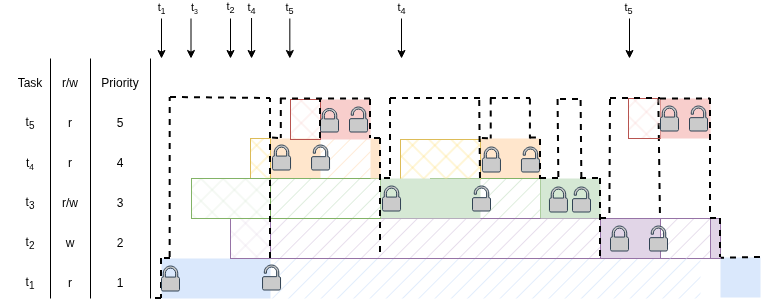
This is single_unit.png from perlindgren/rw-rtic, a draw.io export, as it was before one commit. Source tidied: cells renumbered, new cells last; positions are measured from the earlier drawing's top-left corner, leaving out a move shared by most shapes.
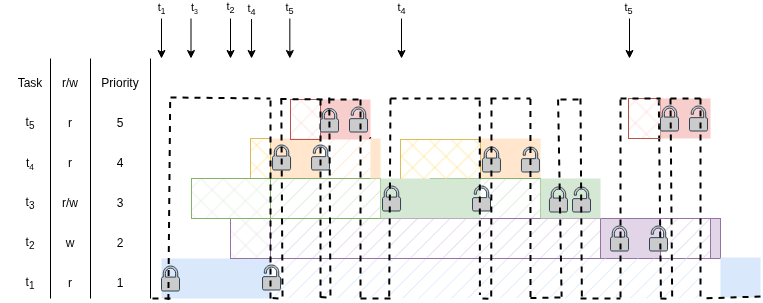
After the commit.

Change to the diagram source:
```diff
@@ -2,6 +2,12 @@
   <root>
     <mxCell id="0" />
     <mxCell id="1" parent="0" />
+    <mxCell id="100" style="rounded=0;whiteSpace=wrap;html=1;fillColor=#e1d5e7;strokeColor=#9673a6;" parent="1" vertex="1">
+      <mxGeometry x="710" y="201" width="10" height="40" as="geometry" />
+    </mxCell>
+    <mxCell id="18" style="rounded=0;whiteSpace=wrap;html=1;fillColor=#e1d5e7;strokeColor=#9673a6;" parent="1" vertex="1">
+      <mxGeometry x="600" y="201" width="60" height="40" as="geometry" />
+    </mxCell>
     <mxCell id="2" style="rounded=0;whiteSpace=wrap;html=1;fillColor=#ffe6cc;strokeColor=none;fillStyle=hatch;" parent="1" vertex="1">
       <mxGeometry x="320" y="121" width="50" height="40" as="geometry" />
     </mxCell>
@@ -56,9 +62,6 @@
     <mxCell id="17" style="rounded=0;whiteSpace=wrap;html=1;fillColor=#e1d5e7;strokeColor=#9673a6;fillStyle=hatch;" parent="1" vertex="1">
       <mxGeometry x="270" y="201" width="330" height="40" as="geometry" />
     </mxCell>
-    <mxCell id="18" style="rounded=0;whiteSpace=wrap;html=1;fillColor=#e1d5e7;strokeColor=#9673a6;" parent="1" vertex="1">
-      <mxGeometry x="600" y="201" width="60" height="40" as="geometry" />
-    </mxCell>
     <mxCell id="19" style="endArrow=classic;html=1;rounded=0;" parent="1" edge="1">
       <mxGeometry relative="1" as="geometry">
         <mxPoint x="161" y="1" as="sourcePoint" />
@@ -188,30 +191,16 @@
         <mxPoint x="270" y="81" as="targetPoint" />
       </mxGeometry>
     </mxCell>
-    <mxCell id="50" style="endArrow=none;html=1;rounded=0;exitX=0.333;exitY=0;exitDx=0;exitDy=0;exitPerimeter=0;strokeWidth=2;dashed=1;" parent="1" edge="1">
-      <mxGeometry relative="1" as="geometry">
-        <mxPoint x="169.7" y="240" as="sourcePoint" />
-        <mxPoint x="169.7" y="80" as="targetPoint" />
-      </mxGeometry>
-    </mxCell>
-    <mxCell id="51" style="endArrow=none;html=1;rounded=0;exitX=0;exitY=1;exitDx=0;exitDy=0;strokeWidth=2;dashed=1;" parent="1" edge="1" source="8">
+    <mxCell id="51" style="endArrow=none;html=1;rounded=0;strokeWidth=2;dashed=1;" parent="1" edge="1">
       <mxGeometry relative="1" as="geometry">
+        <mxPoint x="170" y="281" as="sourcePoint" />
         <mxPoint x="151" y="281" as="targetPoint" />
       </mxGeometry>
     </mxCell>
-    <mxCell id="52" style="endArrow=none;html=1;rounded=0;exitX=0;exitY=0;exitDx=0;exitDy=0;strokeWidth=2;dashed=1;" parent="1" edge="1" source="8">
-      <mxGeometry relative="1" as="geometry">
-        <mxPoint x="161" y="281" as="targetPoint" />
-      </mxGeometry>
-    </mxCell>
-    <mxCell id="53" style="endArrow=none;html=1;rounded=0;strokeWidth=2;dashed=1;entryX=0;entryY=0;entryDx=0;entryDy=0;" parent="1" edge="1" target="8">
-      <mxGeometry relative="1" as="geometry">
-        <mxPoint x="170" y="241" as="sourcePoint" />
-      </mxGeometry>
-    </mxCell>
-    <mxCell id="54" style="endArrow=none;html=1;rounded=0;strokeWidth=2;dashed=1;exitX=1;exitY=0;exitDx=0;exitDy=0;" parent="1" edge="1" source="10">
+    <mxCell id="54" style="endArrow=none;html=1;rounded=0;strokeWidth=2;dashed=1;exitX=1;exitY=0;exitDx=0;exitDy=0;" parent="1" edge="1">
       <mxGeometry relative="1" as="geometry">
-        <mxPoint x="710" y="241" as="targetPoint" />
+        <mxPoint x="760" y="279" as="sourcePoint" />
+        <mxPoint x="700" y="281" as="targetPoint" />
       </mxGeometry>
     </mxCell>
     <mxCell id="55" style="sketch=0;shadow=0;dashed=0;html=1;strokeColor=#314354;labelPosition=center;verticalLabelPosition=bottom;verticalAlign=top;align=center;shape=mxgraph.office.security.lock_unprotected;fillColor=#CBCBCB;fontColor=#ffffff;" parent="1" vertex="1">
@@ -220,9 +209,6 @@
     <mxCell id="56" style="sketch=0;shadow=0;dashed=0;html=1;strokeColor=#314354;labelPosition=center;verticalLabelPosition=bottom;verticalAlign=top;align=center;shape=mxgraph.office.security.lock_protected;fillColor=#CBCBCB;fontColor=#ffffff;" parent="1" vertex="1">
       <mxGeometry x="161" y="248.5" width="18" height="25" as="geometry" />
     </mxCell>
-    <mxCell id="57" style="sketch=0;shadow=0;dashed=0;html=1;strokeColor=#314354;labelPosition=center;verticalLabelPosition=bottom;verticalAlign=top;align=center;shape=mxgraph.office.security.lock_protected;fillColor=#CBCBCB;fontColor=#ffffff;" parent="1" vertex="1">
-      <mxGeometry x="272" y="127.5" width="18" height="25" as="geometry" />
-    </mxCell>
     <mxCell id="58" style="endArrow=classic;html=1;rounded=0;" parent="1" edge="1">
       <mxGeometry relative="1" as="geometry">
         <mxPoint x="190.5" y="1" as="sourcePoint" />
@@ -252,15 +238,9 @@
     <mxCell id="65" style="sketch=0;shadow=0;dashed=0;html=1;strokeColor=#314354;labelPosition=center;verticalLabelPosition=bottom;verticalAlign=top;align=center;shape=mxgraph.office.security.lock_unprotected;fillColor=#CBCBCB;fontColor=#ffffff;" parent="1" vertex="1">
       <mxGeometry x="349" y="89.5" width="18" height="25" as="geometry" />
     </mxCell>
-    <mxCell id="66" style="sketch=0;shadow=0;dashed=0;html=1;strokeColor=#314354;labelPosition=center;verticalLabelPosition=bottom;verticalAlign=top;align=center;shape=mxgraph.office.security.lock_protected;fillColor=#CBCBCB;fontColor=#ffffff;" parent="1" vertex="1">
-      <mxGeometry x="320" y="91" width="18" height="23.5" as="geometry" />
-    </mxCell>
     <mxCell id="67" style="rounded=0;whiteSpace=wrap;html=1;fillColor=#d5e8d4;strokeColor=none;fillStyle=solid;" parent="1" vertex="1">
       <mxGeometry x="540" y="161" width="60" height="40" as="geometry" />
     </mxCell>
-    <mxCell id="68" style="sketch=0;shadow=0;dashed=0;html=1;strokeColor=#314354;labelPosition=center;verticalLabelPosition=bottom;verticalAlign=top;align=center;shape=mxgraph.office.security.lock_protected;fillColor=#CBCBCB;fontColor=#ffffff;" parent="1" vertex="1">
-      <mxGeometry x="549" y="169.5" width="18" height="25" as="geometry" />
-    </mxCell>
     <mxCell id="69" style="sketch=0;shadow=0;dashed=0;html=1;strokeColor=#314354;labelPosition=center;verticalLabelPosition=bottom;verticalAlign=top;align=center;shape=mxgraph.office.security.lock_unprotected;fillColor=#CBCBCB;fontColor=#ffffff;" parent="1" vertex="1">
       <mxGeometry x="649" y="208.5" width="18" height="25" as="geometry" />
     </mxCell>
@@ -273,27 +253,15 @@
         <mxPoint x="580" y="82" as="targetPoint" />
       </mxGeometry>
     </mxCell>
-    <mxCell id="72" style="endArrow=none;html=1;rounded=0;strokeWidth=2;dashed=1;entryX=0;entryY=0;entryDx=0;entryDy=0;" parent="1" edge="1">
-      <mxGeometry relative="1" as="geometry">
-        <mxPoint x="580.6" y="83" as="sourcePoint" />
-        <mxPoint x="581.4" y="162" as="targetPoint" />
-      </mxGeometry>
-    </mxCell>
-    <mxCell id="73" style="endArrow=none;html=1;rounded=0;strokeWidth=2;dashed=1;exitX=1;exitY=0;exitDx=0;exitDy=0;entryX=0;entryY=1;entryDx=0;entryDy=0;" parent="1" edge="1" target="18">
-      <mxGeometry relative="1" as="geometry">
-        <mxPoint x="600" y="161" as="sourcePoint" />
-      </mxGeometry>
-    </mxCell>
-    <mxCell id="74" style="endArrow=none;html=1;rounded=0;strokeWidth=2;dashed=1;entryX=0;entryY=0;entryDx=0;entryDy=0;" parent="1" edge="1">
+    <mxCell id="74" style="endArrow=none;html=1;rounded=0;strokeWidth=2;dashed=1;" parent="1" edge="1">
       <mxGeometry relative="1" as="geometry">
-        <mxPoint x="610" y="82" as="sourcePoint" />
-        <mxPoint x="609.4" y="200" as="targetPoint" />
+        <mxPoint x="620" y="82" as="sourcePoint" />
+        <mxPoint x="620" y="282" as="targetPoint" />
       </mxGeometry>
     </mxCell>
-    <mxCell id="75" style="endArrow=none;html=1;rounded=0;strokeWidth=2;dashed=1;" parent="1" edge="1">
+    <mxCell id="75" style="endArrow=none;html=1;rounded=0;strokeWidth=2;dashed=1;entryX=0.908;entryY=1.058;entryDx=0;entryDy=0;entryPerimeter=0;" parent="1" edge="1" target="4">
       <mxGeometry relative="1" as="geometry">
         <mxPoint x="658.3" y="82" as="sourcePoint" />
-        <mxPoint x="660" y="201" as="targetPoint" />
       </mxGeometry>
     </mxCell>
     <mxCell id="76" style="endArrow=none;html=1;rounded=0;strokeWidth=2;dashed=1;entryX=1;entryY=0;entryDx=0;entryDy=0;" parent="1" edge="1">
@@ -308,50 +276,45 @@
     <mxCell id="78" style="sketch=0;shadow=0;dashed=0;html=1;strokeColor=#314354;labelPosition=center;verticalLabelPosition=bottom;verticalAlign=top;align=center;shape=mxgraph.office.security.lock_protected;fillColor=#CBCBCB;fontColor=#ffffff;" parent="1" vertex="1">
       <mxGeometry x="482" y="129.5" width="18" height="25" as="geometry" />
     </mxCell>
-    <mxCell id="79" style="endArrow=none;html=1;rounded=0;strokeWidth=2;dashed=1;exitX=0;exitY=0;exitDx=0;exitDy=0;" parent="1" edge="1" source="4">
+    <mxCell id="79" style="endArrow=none;html=1;rounded=0;strokeWidth=2;dashed=1;exitX=1;exitY=1;exitDx=0;exitDy=0;" parent="1" edge="1" source="8">
       <mxGeometry relative="1" as="geometry">
         <mxPoint x="270" y="81" as="targetPoint" />
       </mxGeometry>
     </mxCell>
     <mxCell id="80" style="endArrow=none;html=1;rounded=0;strokeWidth=2;dashed=1;" parent="1" edge="1">
       <mxGeometry relative="1" as="geometry">
-        <mxPoint x="272" y="120.5" as="sourcePoint" />
-        <mxPoint x="280" y="121" as="targetPoint" />
+        <mxPoint x="272" y="280.5" as="sourcePoint" />
+        <mxPoint x="280" y="281" as="targetPoint" />
       </mxGeometry>
     </mxCell>
-    <mxCell id="81" style="endArrow=none;html=1;rounded=0;strokeWidth=2;dashed=1;" parent="1" edge="1">
-      <mxGeometry relative="1" as="geometry">
-        <mxPoint x="280.8" y="81" as="sourcePoint" />
-        <mxPoint x="280.8" y="121" as="targetPoint" />
-      </mxGeometry>
-    </mxCell>
-    <mxCell id="82" style="endArrow=none;html=1;rounded=0;strokeWidth=2;dashed=1;exitX=1;exitY=0;exitDx=0;exitDy=0;" parent="1" edge="1" source="15">
+    <mxCell id="82" style="endArrow=none;html=1;rounded=0;strokeWidth=2;dashed=1;exitX=1;exitY=0;exitDx=0;exitDy=0;" parent="1" edge="1">
       <mxGeometry relative="1" as="geometry">
-        <mxPoint x="370" y="121" as="targetPoint" />
+        <mxPoint x="360" y="82" as="sourcePoint" />
+        <mxPoint x="360" y="281" as="targetPoint" />
       </mxGeometry>
     </mxCell>
     <mxCell id="83" style="endArrow=none;html=1;rounded=0;strokeWidth=2;dashed=1;" parent="1" edge="1">
       <mxGeometry relative="1" as="geometry">
         <mxPoint x="529.9" y="81.5" as="sourcePoint" />
-        <mxPoint x="529.9" y="121.5" as="targetPoint" />
+        <mxPoint x="530" y="281" as="targetPoint" />
       </mxGeometry>
     </mxCell>
     <mxCell id="84" style="endArrow=none;html=1;rounded=0;strokeWidth=2;dashed=1;" parent="1" edge="1">
       <mxGeometry relative="1" as="geometry">
-        <mxPoint x="529.9" y="120.5" as="sourcePoint" />
-        <mxPoint x="539.9" y="120.5" as="targetPoint" />
+        <mxPoint x="529.9" y="280.5" as="sourcePoint" />
+        <mxPoint x="560" y="280" as="targetPoint" />
       </mxGeometry>
     </mxCell>
     <mxCell id="85" style="endArrow=none;html=1;rounded=0;strokeWidth=2;dashed=1;" parent="1" edge="1">
       <mxGeometry relative="1" as="geometry">
-        <mxPoint x="482" y="121" as="sourcePoint" />
-        <mxPoint x="489.9" y="121.5" as="targetPoint" />
+        <mxPoint x="482" y="281" as="sourcePoint" />
+        <mxPoint x="489.9" y="281.5" as="targetPoint" />
       </mxGeometry>
     </mxCell>
     <mxCell id="86" style="endArrow=none;html=1;rounded=0;strokeWidth=2;dashed=1;" parent="1" edge="1">
       <mxGeometry relative="1" as="geometry">
-        <mxPoint x="490.7" y="81.5" as="sourcePoint" />
-        <mxPoint x="490.7" y="121.5" as="targetPoint" />
+        <mxPoint x="491" y="81" as="sourcePoint" />
+        <mxPoint x="490.7" y="281.5" as="targetPoint" />
       </mxGeometry>
     </mxCell>
     <mxCell id="87" style="endArrow=none;html=1;rounded=0;strokeWidth=2;dashed=1;" parent="1" edge="1">
@@ -360,33 +323,12 @@
         <mxPoint x="530" y="81" as="targetPoint" />
       </mxGeometry>
     </mxCell>
-    <mxCell id="88" style="endArrow=none;html=1;rounded=0;strokeWidth=2;dashed=1;entryX=0;entryY=0;entryDx=0;entryDy=0;" parent="1" edge="1">
-      <mxGeometry relative="1" as="geometry">
-        <mxPoint x="557.6" y="82" as="sourcePoint" />
-        <mxPoint x="558.4" y="161" as="targetPoint" />
-      </mxGeometry>
-    </mxCell>
-    <mxCell id="89" style="endArrow=none;html=1;rounded=0;strokeWidth=2;dashed=1;" parent="1" edge="1">
-      <mxGeometry relative="1" as="geometry">
-        <mxPoint x="540" y="122" as="sourcePoint" />
-        <mxPoint x="540" y="162" as="targetPoint" />
-      </mxGeometry>
-    </mxCell>
-    <mxCell id="90" style="endArrow=none;html=1;rounded=0;strokeWidth=2;dashed=1;exitX=0;exitY=0;exitDx=0;exitDy=0;" parent="1" edge="1" source="67">
-      <mxGeometry relative="1" as="geometry">
-        <mxPoint x="560" y="161" as="targetPoint" />
-      </mxGeometry>
-    </mxCell>
-    <mxCell id="91" style="endArrow=none;html=1;rounded=0;strokeWidth=2;dashed=1;entryX=1;entryY=0;entryDx=0;entryDy=0;" parent="1" edge="1" target="67">
+    <mxCell id="91" style="endArrow=none;html=1;rounded=0;strokeWidth=2;dashed=1;" parent="1" edge="1">
       <mxGeometry relative="1" as="geometry">
-        <mxPoint x="580" y="161" as="sourcePoint" />
+        <mxPoint x="580" y="281" as="sourcePoint" />
+        <mxPoint x="620" y="281" as="targetPoint" />
       </mxGeometry>
     </mxCell>
-    <mxCell id="92" style="endArrow=none;html=1;rounded=0;strokeWidth=2;dashed=1;exitX=0;exitY=0;exitDx=0;exitDy=0;" parent="1" edge="1" source="18">
-      <mxGeometry relative="1" as="geometry">
-        <mxPoint x="610" y="201" as="targetPoint" />
-      </mxGeometry>
-    </mxCell>
     <mxCell id="93" style="sketch=0;shadow=0;dashed=0;html=1;strokeColor=#314354;labelPosition=center;verticalLabelPosition=bottom;verticalAlign=top;align=center;shape=mxgraph.office.security.lock_unprotected;fillColor=#CBCBCB;fontColor=#ffffff;" parent="1" vertex="1">
       <mxGeometry x="572" y="169.5" width="18" height="25" as="geometry" />
     </mxCell>
@@ -413,25 +355,18 @@
     <mxCell id="99" style="sketch=0;shadow=0;dashed=0;html=1;strokeColor=#314354;labelPosition=center;verticalLabelPosition=bottom;verticalAlign=top;align=center;shape=mxgraph.office.security.lock_protected;fillColor=#CBCBCB;fontColor=#ffffff;" parent="1" vertex="1">
       <mxGeometry x="660" y="88.5" width="18" height="25" as="geometry" />
     </mxCell>
-    <mxCell id="100" style="rounded=0;whiteSpace=wrap;html=1;fillColor=#e1d5e7;strokeColor=#9673a6;" parent="1" vertex="1">
-      <mxGeometry x="710" y="201" width="10" height="40" as="geometry" />
-    </mxCell>
     <mxCell id="101" style="endArrow=none;html=1;rounded=0;strokeWidth=2;dashed=1;" parent="1" edge="1">
       <mxGeometry relative="1" as="geometry">
-        <mxPoint x="660" y="81.4" as="sourcePoint" />
-        <mxPoint x="710" y="81.4" as="targetPoint" />
+        <mxPoint x="670" y="81" as="sourcePoint" />
+        <mxPoint x="700" y="81" as="targetPoint" />
       </mxGeometry>
     </mxCell>
-    <mxCell id="102" style="endArrow=none;html=1;rounded=0;strokeWidth=2;dashed=1;exitX=1;exitY=0;exitDx=0;exitDy=0;" parent="1" edge="1" source="97">
+    <mxCell id="102" style="endArrow=none;html=1;rounded=0;strokeWidth=2;dashed=1;exitX=1;exitY=0;exitDx=0;exitDy=0;" parent="1" edge="1">
       <mxGeometry relative="1" as="geometry">
-        <mxPoint x="710" y="201" as="targetPoint" />
+        <mxPoint x="700" y="81" as="sourcePoint" />
+        <mxPoint x="700" y="281" as="targetPoint" />
       </mxGeometry>
     </mxCell>
-    <mxCell id="103" style="endArrow=none;html=1;rounded=0;strokeWidth=2;dashed=1;entryX=1;entryY=0;entryDx=0;entryDy=0;" parent="1" edge="1" target="100">
-      <mxGeometry relative="1" as="geometry">
-        <mxPoint x="710" y="201" as="sourcePoint" />
-      </mxGeometry>
-    </mxCell>
     <mxCell id="104" style="sketch=0;shadow=0;dashed=0;html=1;strokeColor=#314354;labelPosition=center;verticalLabelPosition=bottom;verticalAlign=top;align=center;shape=mxgraph.office.security.lock_unprotected;fillColor=#CBCBCB;fontColor=#ffffff;" parent="1" vertex="1">
       <mxGeometry x="311" y="127.5" width="18" height="25" as="geometry" />
     </mxCell>
@@ -444,9 +379,10 @@
         <mxPoint x="369.4" y="120" as="targetPoint" />
       </mxGeometry>
     </mxCell>
-    <mxCell id="107" style="endArrow=none;html=1;rounded=0;strokeWidth=2;dashed=1;entryX=0;entryY=0;entryDx=0;entryDy=0;" parent="1" edge="1" target="105">
+    <mxCell id="107" style="endArrow=none;html=1;rounded=0;strokeWidth=2;dashed=1;" parent="1" edge="1">
       <mxGeometry relative="1" as="geometry">
-        <mxPoint x="380" y="121" as="sourcePoint" />
+        <mxPoint x="390" y="281" as="sourcePoint" />
+        <mxPoint x="360" y="281" as="targetPoint" />
       </mxGeometry>
     </mxCell>
     <mxCell id="108" style="endArrow=none;html=1;rounded=0;strokeWidth=2;dashed=1;" parent="1" edge="1">
@@ -455,50 +391,89 @@
         <mxPoint x="480" y="81" as="targetPoint" />
       </mxGeometry>
     </mxCell>
-    <mxCell id="109" style="endArrow=none;html=1;rounded=0;strokeWidth=2;dashed=1;entryX=0;entryY=0;entryDx=0;entryDy=0;" parent="1" edge="1">
+    <mxCell id="109" style="endArrow=none;html=1;rounded=0;strokeWidth=2;dashed=1;entryX=0.487;entryY=0.912;entryDx=0;entryDy=0;entryPerimeter=0;" parent="1" edge="1" target="4">
       <mxGeometry relative="1" as="geometry">
         <mxPoint x="479.2" y="83" as="sourcePoint" />
-        <mxPoint x="480" y="162" as="targetPoint" />
       </mxGeometry>
     </mxCell>
-    <mxCell id="110" style="endArrow=none;html=1;rounded=0;strokeWidth=2;dashed=1;" parent="1" edge="1">
+    <mxCell id="110" style="endArrow=none;html=1;rounded=0;strokeWidth=2;dashed=1;entryX=0.276;entryY=1.017;entryDx=0;entryDy=0;entryPerimeter=0;" parent="1" edge="1" target="4">
       <mxGeometry relative="1" as="geometry">
         <mxPoint x="390" y="81" as="sourcePoint" />
-        <mxPoint x="390" y="161" as="targetPoint" />
       </mxGeometry>
     </mxCell>
-    <mxCell id="111" style="endArrow=none;html=1;rounded=0;strokeWidth=2;dashed=1;" parent="1" edge="1">
-      <mxGeometry relative="1" as="geometry">
-        <mxPoint x="380" y="121" as="sourcePoint" />
-        <mxPoint x="380" y="241" as="targetPoint" />
-      </mxGeometry>
-    </mxCell>
     <mxCell id="112" style="endArrow=none;html=1;rounded=0;strokeWidth=2;dashed=1;entryX=0;entryY=0;entryDx=0;entryDy=0;" parent="1" edge="1" target="15">
       <mxGeometry relative="1" as="geometry">
-        <mxPoint x="320" y="121" as="sourcePoint" />
+        <mxPoint x="320" y="280" as="sourcePoint" />
       </mxGeometry>
     </mxCell>
-    <mxCell id="113" style="endArrow=none;html=1;rounded=0;strokeWidth=2;dashed=1;entryX=1;entryY=1;entryDx=0;entryDy=0;" parent="1" edge="1" target="105">
-      <mxGeometry relative="1" as="geometry">
-        <mxPoint x="390" y="161" as="sourcePoint" />
-      </mxGeometry>
-    </mxCell>
     <mxCell id="114" style="endArrow=none;html=1;rounded=0;strokeWidth=2;dashed=1;" parent="1" edge="1">
       <mxGeometry relative="1" as="geometry">
-        <mxPoint x="610" y="81" as="sourcePoint" />
+        <mxPoint x="620" y="81" as="sourcePoint" />
         <mxPoint x="660" y="81" as="targetPoint" />
       </mxGeometry>
     </mxCell>
-    <mxCell id="115" style="endArrow=none;html=1;rounded=0;strokeWidth=2;dashed=1;exitX=1;exitY=0;exitDx=0;exitDy=0;entryX=0;entryY=0;entryDx=0;entryDy=0;" parent="1" edge="1" target="10">
-      <mxGeometry relative="1" as="geometry">
-        <mxPoint x="720" y="201" as="sourcePoint" />
-      </mxGeometry>
-    </mxCell>
     <mxCell id="116" style="endArrow=none;html=1;rounded=0;strokeWidth=2;dashed=1;" parent="1" edge="1">
       <mxGeometry relative="1" as="geometry">
         <mxPoint x="280" y="81.5" as="sourcePoint" />
-        <mxPoint x="370" y="81.5" as="targetPoint" />
+        <mxPoint x="360" y="82" as="targetPoint" />
+        <Array as="points">
+          <mxPoint x="330" y="82" />
+        </Array>
       </mxGeometry>
     </mxCell>
+    <mxCell id="57" style="sketch=0;shadow=0;dashed=0;html=1;strokeColor=#314354;labelPosition=center;verticalLabelPosition=bottom;verticalAlign=top;align=center;shape=mxgraph.office.security.lock_protected;fillColor=#CBCBCB;fontColor=#ffffff;" parent="1" vertex="1">
+      <mxGeometry x="272" y="127.5" width="18" height="25" as="geometry" />
+    </mxCell>
+    <mxCell id="117" style="endArrow=none;html=1;rounded=0;strokeWidth=2;dashed=1;" parent="1" edge="1">
+      <mxGeometry relative="1" as="geometry">
+        <mxPoint x="320" y="279.5" as="sourcePoint" />
+        <mxPoint x="328" y="280" as="targetPoint" />
+      </mxGeometry>
+    </mxCell>
+    <mxCell id="68" style="sketch=0;shadow=0;dashed=0;html=1;strokeColor=#314354;labelPosition=center;verticalLabelPosition=bottom;verticalAlign=top;align=center;shape=mxgraph.office.security.lock_protected;fillColor=#CBCBCB;fontColor=#ffffff;" parent="1" vertex="1">
+      <mxGeometry x="549" y="169.5" width="18" height="25" as="geometry" />
+    </mxCell>
+    <mxCell id="66" style="sketch=0;shadow=0;dashed=0;html=1;strokeColor=#314354;labelPosition=center;verticalLabelPosition=bottom;verticalAlign=top;align=center;shape=mxgraph.office.security.lock_protected;fillColor=#CBCBCB;fontColor=#ffffff;" parent="1" vertex="1">
+      <mxGeometry x="320" y="91" width="18" height="23.5" as="geometry" />
+    </mxCell>
+    <mxCell id="81" style="endArrow=none;html=1;rounded=0;strokeWidth=2;dashed=1;entryX=0.028;entryY=1.017;entryDx=0;entryDy=0;entryPerimeter=0;" parent="1" edge="1" target="4">
+      <mxGeometry relative="1" as="geometry">
+        <mxPoint x="280.8" y="81" as="sourcePoint" />
+      </mxGeometry>
+    </mxCell>
+    <mxCell id="118" style="endArrow=none;html=1;rounded=0;strokeWidth=2;dashed=1;entryX=0.028;entryY=1.017;entryDx=0;entryDy=0;entryPerimeter=0;" parent="1" edge="1">
+      <mxGeometry relative="1" as="geometry">
+        <mxPoint x="328.8" y="80" as="sourcePoint" />
+        <mxPoint x="330" y="281" as="targetPoint" />
+      </mxGeometry>
+    </mxCell>
+    <mxCell id="72" style="endArrow=none;html=1;rounded=0;strokeWidth=2;dashed=1;entryX=0;entryY=0;entryDx=0;entryDy=0;" parent="1" edge="1">
+      <mxGeometry relative="1" as="geometry">
+        <mxPoint x="580" y="81" as="sourcePoint" />
+        <mxPoint x="581.4" y="282" as="targetPoint" />
+      </mxGeometry>
+    </mxCell>
+    <mxCell id="88" style="endArrow=none;html=1;rounded=0;strokeWidth=2;dashed=1;entryX=0.677;entryY=0.954;entryDx=0;entryDy=0;entryPerimeter=0;" parent="1" edge="1" target="4">
+      <mxGeometry relative="1" as="geometry">
+        <mxPoint x="557.6" y="82" as="sourcePoint" />
+      </mxGeometry>
+    </mxCell>
+    <mxCell id="119" style="endArrow=none;html=1;rounded=0;strokeWidth=2;dashed=1;entryX=0.908;entryY=1.058;entryDx=0;entryDy=0;entryPerimeter=0;" parent="1" edge="1">
+      <mxGeometry relative="1" as="geometry">
+        <mxPoint x="670" y="81" as="sourcePoint" />
+        <mxPoint x="671.7" y="282" as="targetPoint" />
+      </mxGeometry>
+    </mxCell>
+    <mxCell id="120" style="endArrow=none;html=1;rounded=0;strokeWidth=2;dashed=1;" parent="1" edge="1">
+      <mxGeometry relative="1" as="geometry">
+        <mxPoint x="660" y="281" as="sourcePoint" />
+        <mxPoint x="668" y="281.5" as="targetPoint" />
+      </mxGeometry>
+    </mxCell>
+    <mxCell id="50" style="endArrow=none;html=1;rounded=0;exitX=0.063;exitY=1.037;exitDx=0;exitDy=0;exitPerimeter=0;strokeWidth=2;dashed=1;" parent="1" edge="1" source="8">
+      <mxGeometry relative="1" as="geometry">
+        <mxPoint x="169.7" y="80" as="targetPoint" />
+      </mxGeometry>
+    </mxCell>
   </root>
 </mxGraphModel>
```
